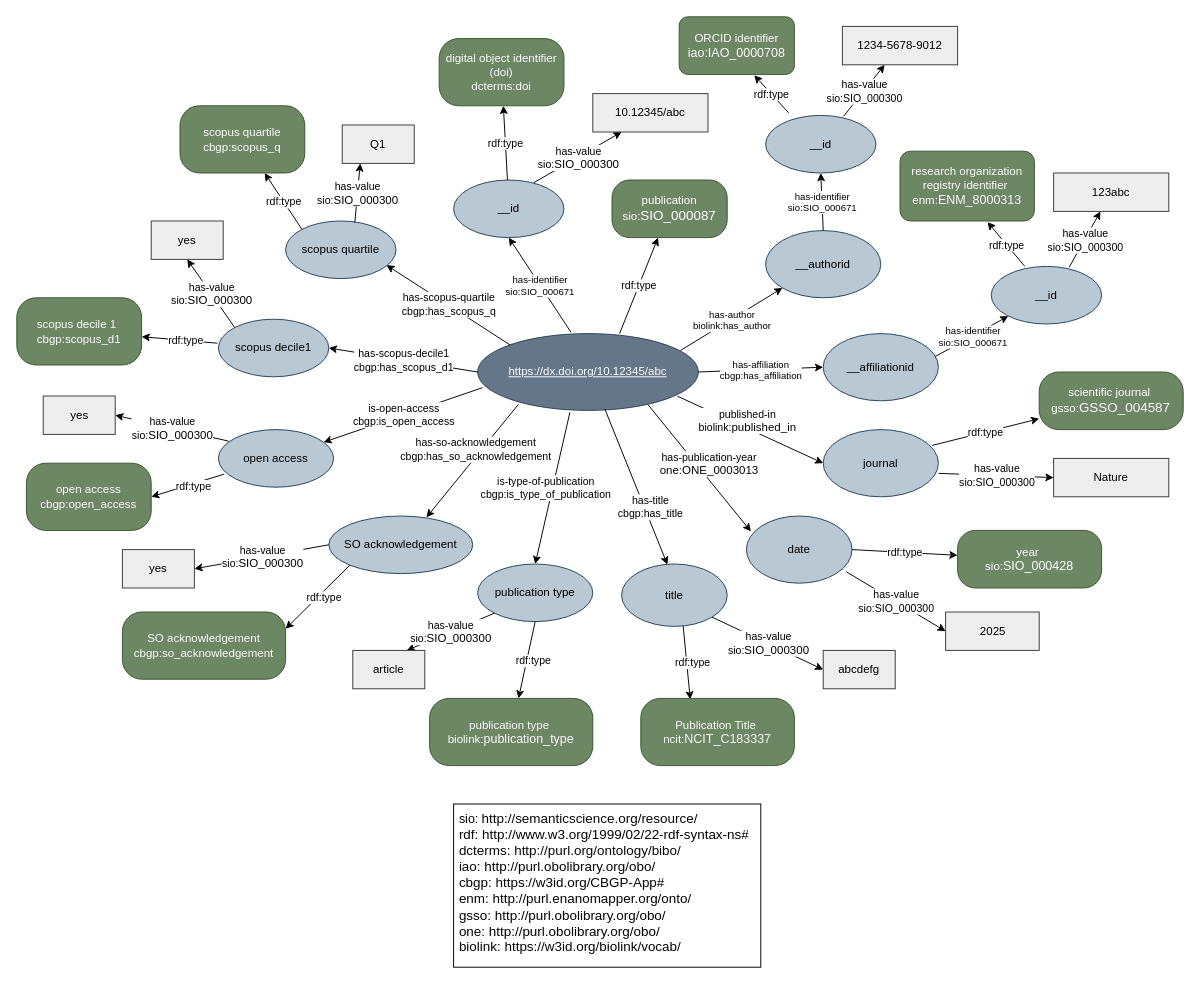
Earlier version of the draw.io diagram Diagrama sin título.drawio (saracuriel/CBGP). Source tidied: cells renumbered, new cells numbered last; positions are measured from the earlier drawing's top-left corner, leaving out a move shared by most shapes. Both pictures are drawn from the tidied source at 96%, with x=0, y=0 at pixel (16, 16).
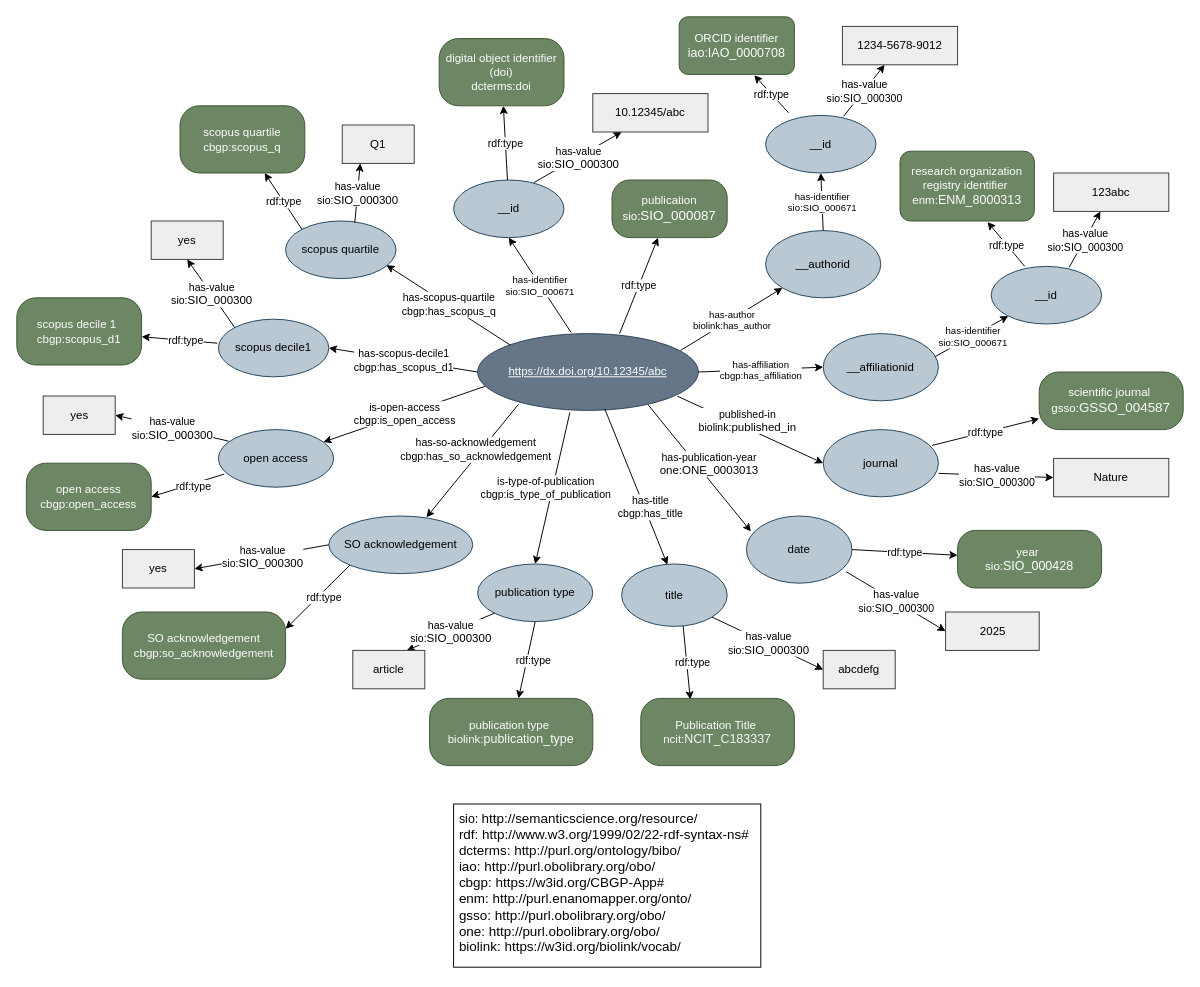
The same page after the edit.

The change refers to these unchanged cells:
```xml
<mxCell id="2" value="&lt;u&gt;https://dx.doi.org/10.12345/abc&lt;/u&gt;" style="ellipse;whiteSpace=wrap;html=1;fillColor=#647687;strokeColor=#314354;fontColor=#ffffff;" parent="1" vertex="1">
  <mxGeometry x="480" y="330" width="230" height="80" as="geometry" />
</mxCell>
<mxCell id="78" value="open access" style="ellipse;whiteSpace=wrap;html=1;fillColor=#bac8d3;strokeColor=#23445d;" parent="1" vertex="1">
  <mxGeometry x="210" y="430" width="120" height="60" as="geometry" />
</mxCell>
```

Change to the diagram source:
```diff
@@
-    <mxCell id="76" style="endArrow=classic;html=1;rounded=0;exitX=0.022;exitY=0.704;exitDx=0;exitDy=0;exitPerimeter=0;" parent="1" edge="1" source="2" target="78">
+    <mxCell id="76" style="endArrow=classic;html=1;rounded=0;exitX=0.033;exitY=0.687;exitDx=0;exitDy=0;exitPerimeter=0;" parent="1" edge="1" source="2" target="78">
       <mxGeometry relative="1" as="geometry" />
     </mxCell>
```
